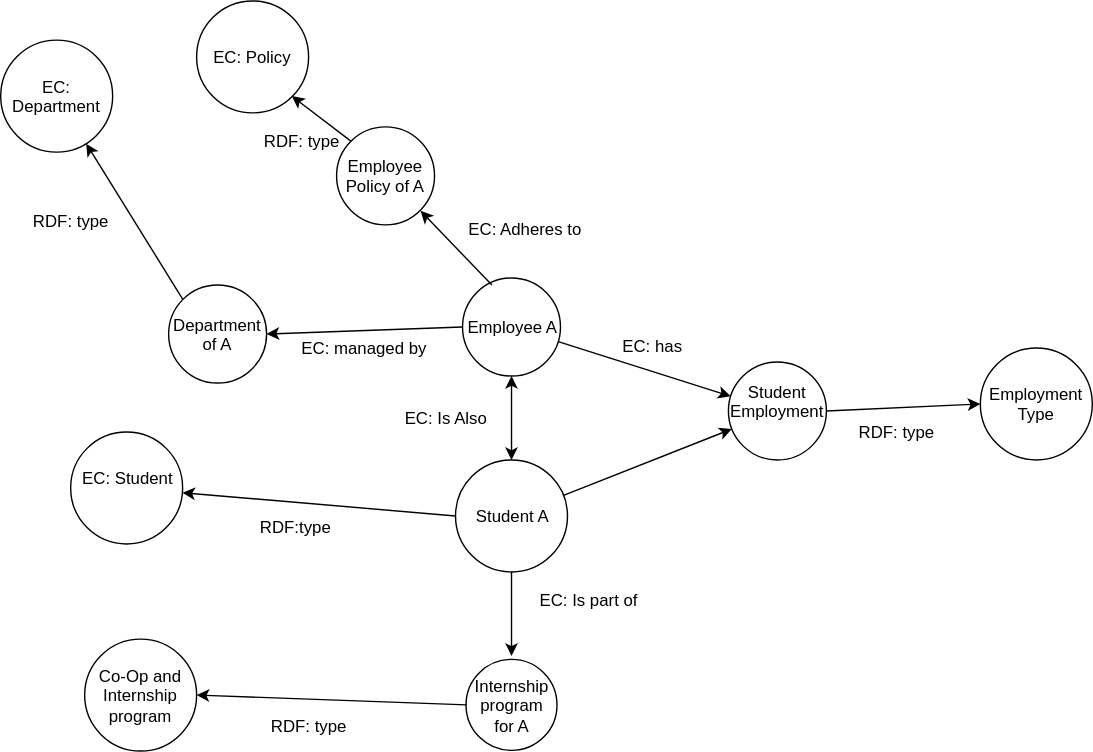
Above: RDF.svg in IS561/EmploymentClassification (draw.io), before the change. Source tidied: cells renumbered, new cells last; positions are measured from the earlier drawing's top-left corner, leaving out a move shared by most shapes.
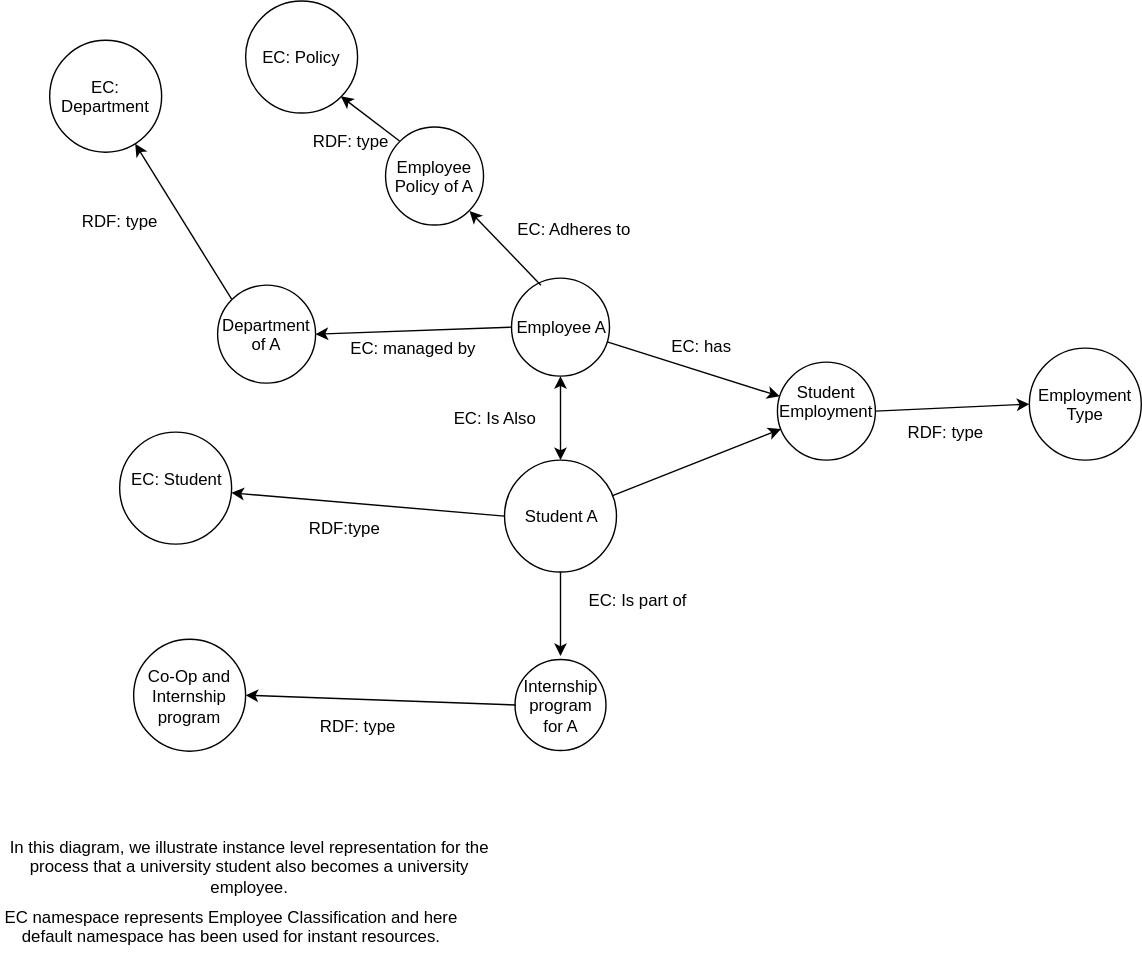
The same diagram one commit later.

What changed in the source:
```diff
@@ -100,5 +100,11 @@
     <mxCell id="33" value="RDF: type" style="text;html=1;strokeColor=none;fillColor=none;align=center;verticalAlign=middle;whiteSpace=wrap;rounded=0;" parent="1" vertex="1">
       <mxGeometry x="180" y="508" width="80" height="20" as="geometry" />
     </mxCell>
+    <mxCell id="34" value="EC namespace represents Employee Classification and here default namespace has been used for instant resources.&lt;br&gt;&lt;br&gt;" style="text;html=1;strokeColor=none;fillColor=none;align=center;verticalAlign=middle;whiteSpace=wrap;rounded=0;" parent="1" vertex="1">
+      <mxGeometry x="-35" y="658" width="330" height="20" as="geometry" />
+    </mxCell>
+    <mxCell id="35" value="In this diagram, we illustrate instance level representation for the process that a university student also becomes a university employee.&lt;br&gt;" style="text;html=1;strokeColor=none;fillColor=none;align=center;verticalAlign=middle;whiteSpace=wrap;rounded=0;" parent="1" vertex="1">
+      <mxGeometry x="-32.5" y="578" width="350" height="80" as="geometry" />
+    </mxCell>
   </root>
 </mxGraphModel>
```
